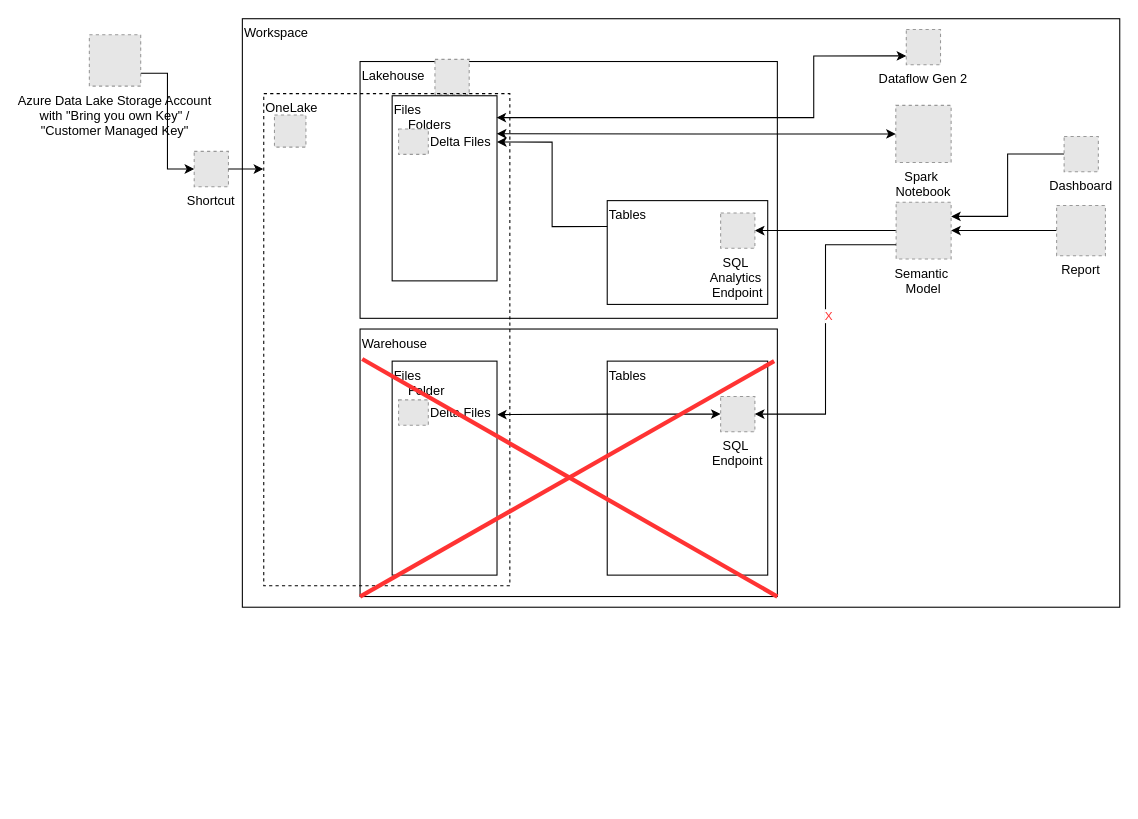
Before: page "OneLake" (7 of 8) of Fabric.drawio in jugi92/useful_architectures, a draw.io diagram. Source tidied: cells renumbered, new cells numbered last; positions are measured from the earlier drawing's top-left corner, leaving out a move shared by most shapes. Both pictures are drawn from the tidied source at 107%, with x=0, y=0 at pixel (89, 18). Pictures stored in the file or linked from it are replaced by grey dashed boxes.
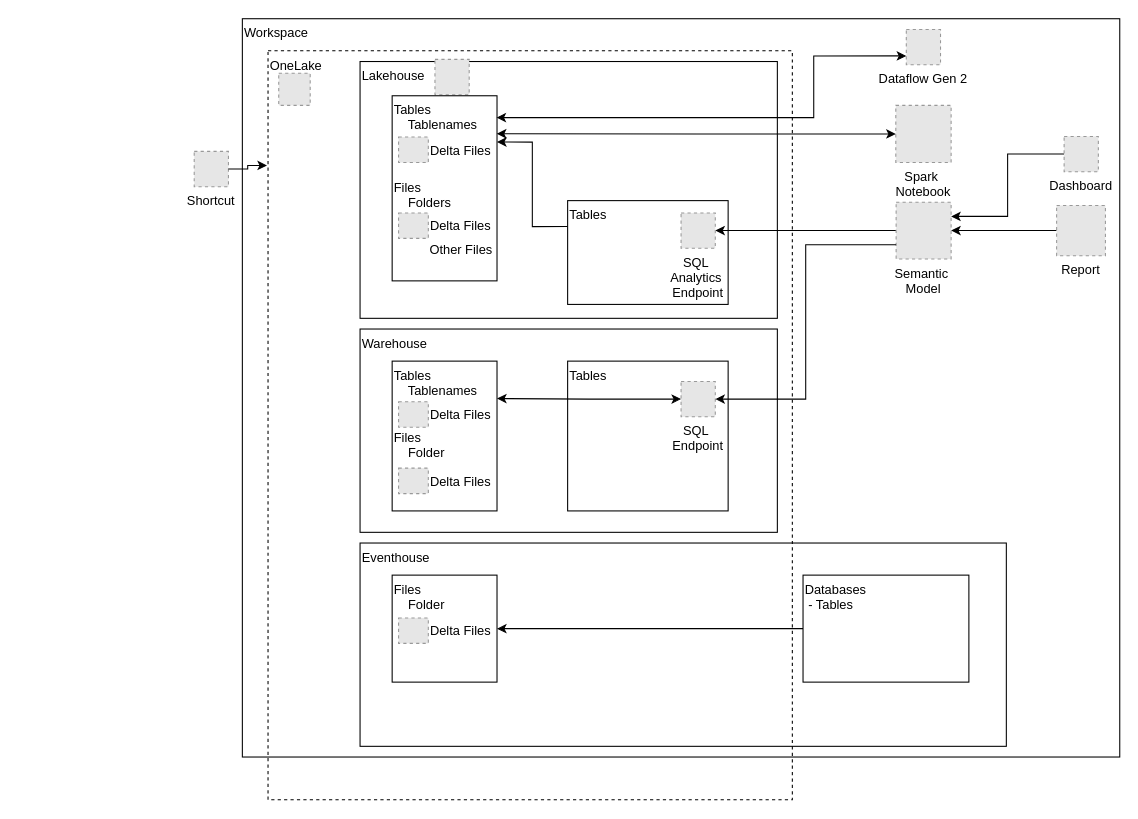
The same page after the edit.

The change refers to these unchanged cells:
```xml
<mxCell id="20" style="edgeStyle=orthogonalEdgeStyle;rounded=0;jettySize=auto;html=1;exitX=0;exitY=0.75;exitDx=0;exitDy=0;entryX=1;entryY=0.5;entryDx=0;entryDy=0;" parent="1" edge="1" source="6" target="19">
  <mxGeometry relative="1" as="geometry" />
</mxCell>
<mxCell id="28" value="Shortcut" style="fillColor=#E6E6E6;strokeColor=#999999;dashed=1;verticalLabelPosition=bottom;verticalAlign=top;" parent="1" vertex="1">
  <mxGeometry x="98" y="124" width="32" height="33" as="geometry" />
</mxCell>
```

Change to the diagram source:
```diff
@@
     <mxCell id="2" value="Workspace" style="rounded=0;whiteSpace=wrap;html=1;align=left;verticalAlign=top;" parent="1" vertex="1">
-      <mxGeometry x="143" width="820" height="550" as="geometry" />
+      <mxGeometry x="143" width="820" height="690" as="geometry" />
     </mxCell>
+    <mxCell id="13" value="OneLake" style="rounded=0;whiteSpace=wrap;html=1;align=left;verticalAlign=top;fillColor=none;dashed=1;" parent="1" vertex="1">
+      <mxGeometry x="167" y="30" width="490" height="700" as="geometry" />
+    </mxCell>
-    <mxCell id="3" value="Lakehouse" style="rounded=0;whiteSpace=wrap;html=1;align=left;verticalAlign=top;" parent="1" vertex="1">
+    <mxCell id="3" value="Lakehouse" style="rounded=0;whiteSpace=wrap;html=1;align=left;verticalAlign=top;fillColor=none;" parent="1" vertex="1">
       <mxGeometry x="253" y="40" width="390" height="240" as="geometry" />
     </mxCell>
     <mxCell id="4" value="Tables" style="rounded=0;whiteSpace=wrap;html=1;align=left;verticalAlign=top;" parent="1" vertex="1">
-      <mxGeometry x="484" y="170" width="150" height="97" as="geometry" />
+      <mxGeometry x="447" y="170" width="150" height="97" as="geometry" />
     </mxCell>
@@
     <mxCell id="8" value="SQL &#10;Analytics &#10;Endpoint" style="fillColor=#E6E6E6;strokeColor=#999999;dashed=1;verticalLabelPosition=bottom;verticalAlign=top;" parent="1" vertex="1">
-      <mxGeometry x="590" y="181.5" width="32" height="33" as="geometry" />
+      <mxGeometry x="553" y="181.5" width="32" height="33" as="geometry" />
     </mxCell>
-    <mxCell id="9" value="Warehouse" style="rounded=0;whiteSpace=wrap;html=1;align=left;verticalAlign=top;" parent="1" vertex="1">
-      <mxGeometry x="253" y="290" width="390" height="250" as="geometry" />
+    <mxCell id="9" value="Warehouse" style="rounded=0;whiteSpace=wrap;html=1;align=left;verticalAlign=top;fillColor=none;" parent="1" vertex="1">
+      <mxGeometry x="253" y="290" width="390" height="190" as="geometry" />
     </mxCell>
@@
     <mxCell id="12" style="fillColor=#E6E6E6;strokeColor=#999999;dashed=1;verticalLabelPosition=bottom;verticalAlign=top;" parent="1" vertex="1">
-      <mxGeometry x="173" y="90" width="29.4" height="30" as="geometry" />
+      <mxGeometry x="177" y="51" width="29.4" height="30" as="geometry" />
     </mxCell>
-    <mxCell id="13" value="OneLake" style="rounded=0;whiteSpace=wrap;html=1;align=left;verticalAlign=top;fillColor=none;dashed=1;" parent="1" vertex="1">
-      <mxGeometry x="163" y="70" width="230" height="460" as="geometry" />
-    </mxCell>
-    <mxCell id="14" value="Files&lt;br&gt;&lt;div&gt;&lt;div&gt;&amp;nbsp; &amp;nbsp; Folders&lt;/div&gt;&lt;div&gt;&lt;br&gt;&lt;/div&gt;&lt;/div&gt;" style="rounded=0;whiteSpace=wrap;html=1;align=left;verticalAlign=top;" parent="1" vertex="1">
+    <mxCell id="14" value="&lt;div&gt;Tables&lt;/div&gt;&lt;div&gt;&amp;nbsp; &amp;nbsp; Tablenames&lt;/div&gt;&lt;div&gt;&lt;br&gt;&lt;/div&gt;&lt;div&gt;&lt;br&gt;&lt;/div&gt;&lt;div&gt;&lt;br&gt;&lt;/div&gt;Files&lt;br&gt;&lt;div&gt;&lt;div&gt;&amp;nbsp; &amp;nbsp; Folders&lt;/div&gt;&lt;div&gt;&lt;br&gt;&lt;/div&gt;&lt;/div&gt;&lt;div&gt;&lt;br&gt;&lt;/div&gt;&lt;div&gt;&amp;nbsp; &amp;nbsp; &amp;nbsp; &amp;nbsp; &amp;nbsp; Other Files&lt;/div&gt;" style="rounded=0;whiteSpace=wrap;html=1;align=left;verticalAlign=top;" parent="1" vertex="1">
       <mxGeometry x="283" y="72" width="98" height="173" as="geometry" />
     </mxCell>
@@
     <mxCell id="16" value="Tables" style="rounded=0;whiteSpace=wrap;html=1;align=left;verticalAlign=top;" parent="1" vertex="1">
-      <mxGeometry x="484" y="320" width="150" height="200" as="geometry" />
+      <mxGeometry x="447" y="320" width="150" height="140" as="geometry" />
     </mxCell>
-    <mxCell id="17" value="Files&lt;div&gt;&amp;nbsp; &amp;nbsp; Folder&lt;/div&gt;&lt;div&gt;&lt;br&gt;&lt;/div&gt;" style="rounded=0;whiteSpace=wrap;html=1;align=left;verticalAlign=top;" parent="1" vertex="1">
-      <mxGeometry x="283" y="320" width="98" height="200" as="geometry" />
+    <mxCell id="17" value="&lt;div&gt;Tables&lt;/div&gt;&lt;div&gt;&amp;nbsp; &amp;nbsp; Tablenames&lt;/div&gt;&lt;div&gt;&lt;br&gt;&lt;/div&gt;&lt;div&gt;&lt;br&gt;&lt;/div&gt;Files&lt;div&gt;&amp;nbsp; &amp;nbsp; Folder&lt;/div&gt;&lt;div&gt;&lt;br&gt;&lt;/div&gt;" style="rounded=0;whiteSpace=wrap;html=1;align=left;verticalAlign=top;" parent="1" vertex="1">
+      <mxGeometry x="283" y="320" width="98" height="140" as="geometry" />
     </mxCell>
@@
     <mxCell id="19" value="SQL &#10;Endpoint" style="fillColor=#E6E6E6;strokeColor=#999999;dashed=1;verticalLabelPosition=bottom;verticalAlign=top;" parent="1" vertex="1">
-      <mxGeometry x="590" y="353" width="32" height="33" as="geometry" />
+      <mxGeometry x="553" y="339" width="32" height="33" as="geometry" />
     </mxCell>
@@
-    <mxCell id="21" value="&lt;font color=&quot;#ff3333&quot;&gt;X&lt;/font&gt;" style="edgeLabel;html=1;align=center;verticalAlign=middle;" parent="20" vertex="1">
-      <mxGeometry x="-0.09" y="2" relative="1" as="geometry" />
-    </mxCell>
     <mxCell id="22" value="Delta Files" style="fillColor=#E6E6E6;strokeColor=#999999;dashed=1;verticalLabelPosition=middle;labelBackgroundColor=default;verticalAlign=middle;labelPosition=right;align=left;" parent="1" vertex="1">
-      <mxGeometry x="289" y="103" width="27.8" height="23.8" as="geometry" />
+      <mxGeometry x="289" y="110.6" width="27.8" height="23.8" as="geometry" />
     </mxCell>
     <mxCell id="23" value="Delta Files" style="fillColor=#E6E6E6;strokeColor=#999999;dashed=1;verticalLabelPosition=middle;labelBackgroundColor=default;verticalAlign=middle;labelPosition=right;align=left;" parent="1" vertex="1">
-      <mxGeometry x="289" y="356.2" width="27.8" height="23.8" as="geometry" />
+      <mxGeometry x="289" y="358" width="27.8" height="23.8" as="geometry" />
     </mxCell>
@@
-    <mxCell id="26" style="edgeStyle=orthogonalEdgeStyle;rounded=0;jettySize=auto;html=1;entryX=0;entryY=0.5;entryDx=0;entryDy=0;exitX=1;exitY=0.75;exitDx=0;exitDy=0;" parent="1" edge="1" source="27" target="28">
-      <mxGeometry relative="1" as="geometry" />
-    </mxCell>
-    <mxCell id="27" value="Azure Data Lake Storage Account&#10;with &quot;Bring you own Key&quot; /&#10;&quot;Customer Managed Key&quot;" style="fillColor=#E6E6E6;strokeColor=#999999;dashed=1;verticalLabelPosition=bottom;verticalAlign=top;" parent="1" vertex="1">
-      <mxGeometry y="15" width="48" height="48" as="geometry" />
-    </mxCell>
@@
-    <mxCell id="30" style="endArrow=none;html=1;rounded=0;exitX=0;exitY=1;exitDx=0;exitDy=0;strokeColor=#FF3333;strokeWidth=4;" parent="1" edge="1" source="9">
-      <mxGeometry relative="1" as="geometry">
-        <mxPoint x="640" y="320" as="targetPoint" />
-      </mxGeometry>
-    </mxCell>
-    <mxCell id="31" style="endArrow=none;html=1;rounded=0;entryX=1;entryY=1;entryDx=0;entryDy=0;strokeColor=#FF3333;strokeWidth=4;" parent="1" edge="1" target="9">
-      <mxGeometry relative="1" as="geometry">
-        <mxPoint x="255" y="318" as="sourcePoint" />
-      </mxGeometry>
-    </mxCell>
@@
+    <mxCell id="36" value="Eventhouse" style="rounded=0;whiteSpace=wrap;html=1;align=left;verticalAlign=top;fillColor=none;" parent="1" vertex="1">
+      <mxGeometry x="253" y="490" width="604" height="190" as="geometry" />
+    </mxCell>
+    <mxCell id="37" style="edgeStyle=orthogonalEdgeStyle;rounded=0;jettySize=auto;html=1;exitX=0;exitY=0.5;exitDx=0;exitDy=0;entryX=1;entryY=0.5;entryDx=0;entryDy=0;" parent="1" edge="1" source="38" target="39">
+      <mxGeometry relative="1" as="geometry" />
+    </mxCell>
+    <mxCell id="38" value="Databases&lt;div&gt;&amp;nbsp;- Tables&lt;/div&gt;" style="rounded=0;whiteSpace=wrap;html=1;align=left;verticalAlign=top;" parent="1" vertex="1">
+      <mxGeometry x="667" y="520" width="155" height="100" as="geometry" />
+    </mxCell>
+    <mxCell id="39" value="Files&lt;div&gt;&amp;nbsp; &amp;nbsp; Folder&lt;/div&gt;&lt;div&gt;&lt;br&gt;&lt;/div&gt;" style="rounded=0;whiteSpace=wrap;html=1;align=left;verticalAlign=top;" parent="1" vertex="1">
+      <mxGeometry x="283" y="520" width="98" height="100" as="geometry" />
+    </mxCell>
+    <mxCell id="40" value="Delta Files" style="fillColor=#E6E6E6;strokeColor=#999999;dashed=1;verticalLabelPosition=middle;labelBackgroundColor=default;verticalAlign=middle;labelPosition=right;align=left;" parent="1" vertex="1">
+      <mxGeometry x="289" y="560" width="27.8" height="23.8" as="geometry" />
+    </mxCell>
+    <mxCell id="41" value="Delta Files" style="fillColor=#E6E6E6;strokeColor=#999999;dashed=1;verticalLabelPosition=middle;labelBackgroundColor=default;verticalAlign=middle;labelPosition=right;align=left;" parent="1" vertex="1">
+      <mxGeometry x="289" y="181.5" width="27.8" height="23.8" as="geometry" />
+    </mxCell>
+    <mxCell id="42" value="Delta Files" style="fillColor=#E6E6E6;strokeColor=#999999;dashed=1;verticalLabelPosition=middle;labelBackgroundColor=default;verticalAlign=middle;labelPosition=right;align=left;" parent="1" vertex="1">
+      <mxGeometry x="289" y="420" width="27.8" height="23.8" as="geometry" />
+    </mxCell>
```
